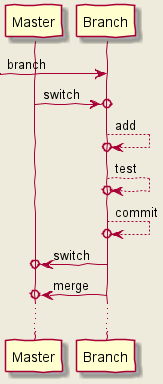
Before: assets/images/git_branching_diagram.png, a diagram exported from PlantUML (braboj/tutorial-git). Its diagram source:
```plantuml
@startuml

skinparam lifelineStrategy solid
skinparam backgroundColor #EEEBDC
skinparam handwritten true

participant Master
participant Branch

[-> Branch          : branch
Master ->o Branch   : switch
Branch -->o Branch  : add
Branch -->o Branch  : test
Branch -->o Branch  : commit
Branch ->o Master   : switch
Branch ->o Master   : merge

...

@enduml
```
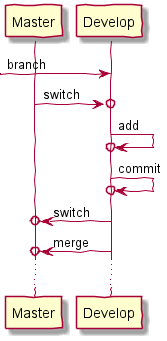
Above is the later version.

Commit message:
Update of the planuml diagrams

The edit, as a diff of the source:
```diff
@@ -1,19 +1,17 @@
 @startuml
 
 skinparam lifelineStrategy solid
-skinparam backgroundColor #EEEBDC
 skinparam handwritten true
 
 participant Master
-participant Branch
+participant Develop
 
-[-> Branch          : branch
-Master ->o Branch   : switch
-Branch -->o Branch  : add
-Branch -->o Branch  : test
-Branch -->o Branch  : commit
-Branch ->o Master   : switch
-Branch ->o Master   : merge
+[-> Develop             : branch
+Master ->o Develop      : switch
+Develop ->o Develop     : add
+Develop ->o Develop     : commit
+Develop ->o Master      : switch
+Develop ->o Master      : merge
 
 ...
 
```
